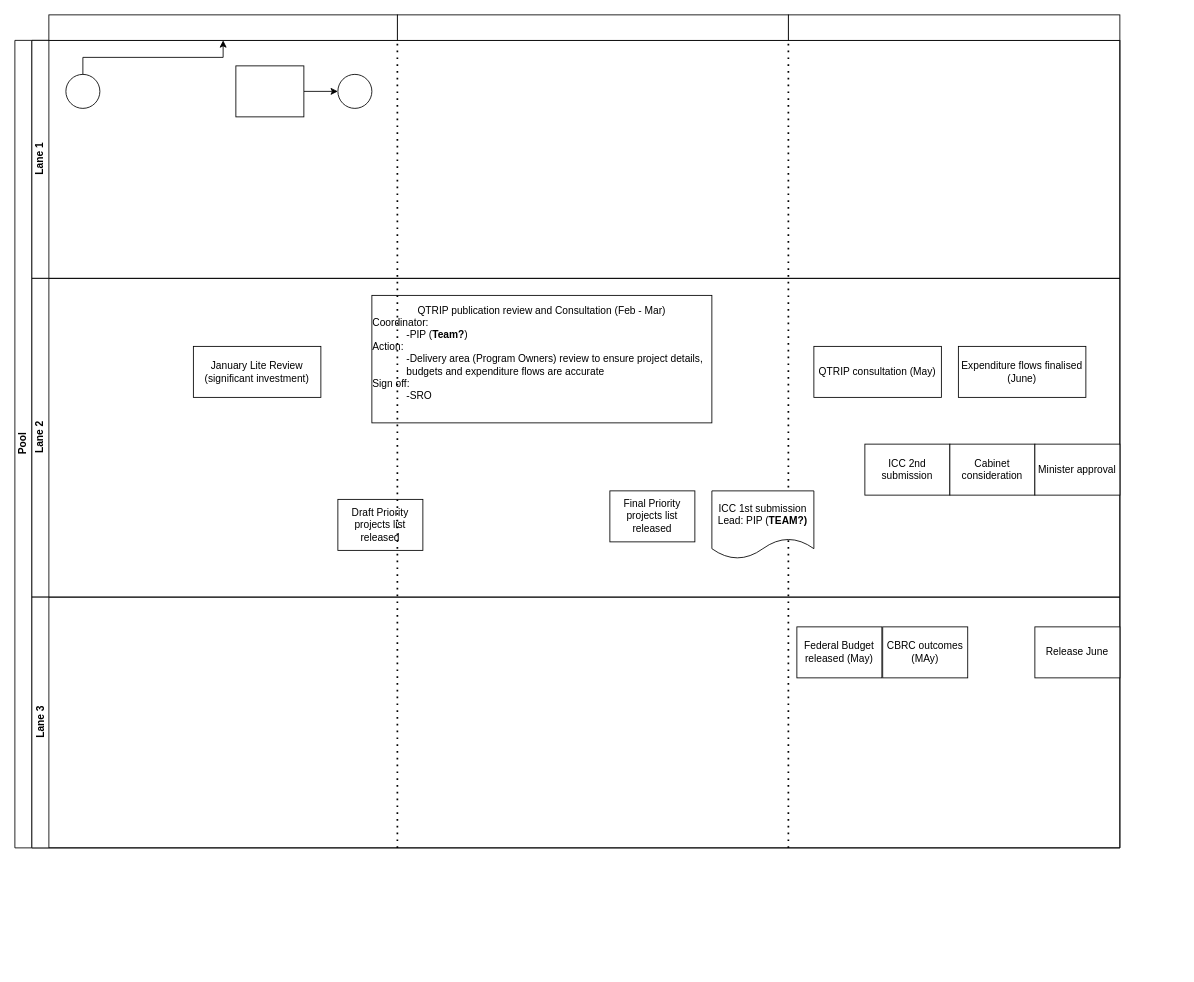
tzforster/great-suppository-name keeps this draw.io diagram as Untitled Diagram.drawio. Above is the earlier version. Source tidied: cells renumbered, new cells numbered last; positions are measured from the earlier drawing's top-left corner, leaving out a move shared by most shapes. Both pictures are drawn from the tidied source at 85%, with x=0, y=0 at pixel (14, 14).
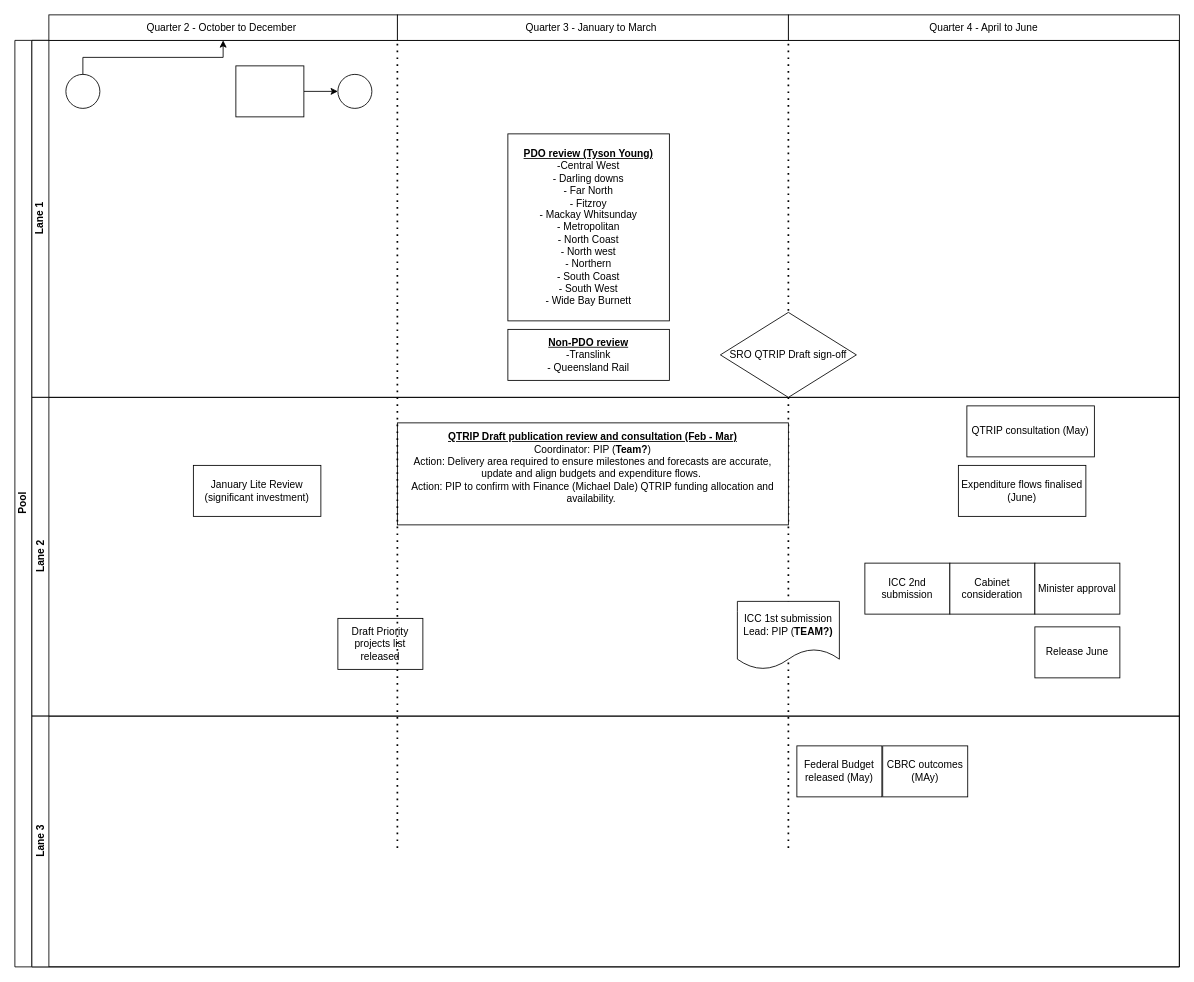
The same diagram, later.

The edit, as a diff of the source:
```diff
@@
     <mxCell id="2" value="Pool" style="swimlane;html=1;horizontal=0;startSize=20;" parent="1" vertex="1">
-      <mxGeometry y="30" width="1300" height="950" as="geometry" />
+      <mxGeometry y="30" width="1370" height="1090" as="geometry" />
     </mxCell>
     <mxCell id="3" value="Lane 1" style="swimlane;html=1;startSize=20;horizontal=0;" parent="2" vertex="1">
-      <mxGeometry x="20" width="1280" height="280" as="geometry" />
+      <mxGeometry x="20" width="1350" height="420" as="geometry" />
     </mxCell>
@@
+    <mxCell id="29" value="SRO QTRIP Draft&amp;nbsp;sign-off" style="rhombus;whiteSpace=wrap;html=1;" parent="3" vertex="1">
+      <mxGeometry x="810" y="320" width="160" height="100" as="geometry" />
+    </mxCell>
+    <mxCell id="30" value="&lt;b&gt;&lt;u&gt;PDO review (Tyson Young)&lt;/u&gt;&lt;/b&gt;&lt;br&gt;-Central West&lt;br&gt;- Darling downs&lt;br&gt;- Far North&lt;br&gt;- Fitzroy&lt;br&gt;- Mackay Whitsunday&lt;br&gt;- Metropolitan&lt;br&gt;- North Coast&lt;br&gt;- North west&lt;br&gt;- Northern&lt;br&gt;- South Coast&lt;br&gt;- South West&lt;br&gt;- Wide Bay Burnett" style="rounded=0;whiteSpace=wrap;html=1;" parent="3" vertex="1">
+      <mxGeometry x="560" y="110" width="190" height="220" as="geometry" />
+    </mxCell>
+    <mxCell id="31" value="&lt;u style=&quot;font-weight: bold;&quot;&gt;Non-PDO review&lt;/u&gt;&lt;br&gt;-Translink&lt;br&gt;- Queensland Rail" style="rounded=0;whiteSpace=wrap;html=1;" parent="3" vertex="1">
+      <mxGeometry x="560" y="340" width="190" height="60" as="geometry" />
+    </mxCell>
     <mxCell id="9" value="Lane 2" style="swimlane;html=1;startSize=20;horizontal=0;" parent="2" vertex="1">
-      <mxGeometry x="20" y="280" width="1280" height="375" as="geometry" />
+      <mxGeometry x="20" y="420" width="1350" height="375" as="geometry" />
     </mxCell>
@@
-    <mxCell id="11" value="QTRIP publication review and Consultation (Feb - Mar)&lt;br&gt;&lt;div style=&quot;text-align: left;&quot;&gt;&lt;div&gt;&lt;span style=&quot;background-color: initial;&quot;&gt;Coordinator:&lt;/span&gt;&lt;/div&gt;&lt;/div&gt;&lt;blockquote style=&quot;margin: 0 0 0 40px; border: none; padding: 0px;&quot;&gt;&lt;div style=&quot;text-align: left;&quot;&gt;&lt;div&gt;&lt;span style=&quot;background-color: initial;&quot;&gt;-PIP (&lt;/span&gt;&lt;b style=&quot;background-color: initial;&quot;&gt;Team?&lt;/b&gt;&lt;span style=&quot;background-color: initial;&quot;&gt;)&lt;/span&gt;&lt;/div&gt;&lt;/div&gt;&lt;/blockquote&gt;&lt;div style=&quot;text-align: left;&quot;&gt;&lt;span style=&quot;background-color: initial;&quot;&gt;Action:&lt;/span&gt;&lt;/div&gt;&lt;blockquote style=&quot;margin: 0 0 0 40px; border: none; padding: 0px;&quot;&gt;&lt;div style=&quot;text-align: left;&quot;&gt;&lt;span style=&quot;background-color: initial;&quot;&gt;-Delivery area (Program Owners) review to ensure project details, budgets and expenditure flows are accurate&amp;nbsp;&lt;/span&gt;&lt;/div&gt;&lt;/blockquote&gt;&lt;div style=&quot;text-align: left;&quot;&gt;&lt;span style=&quot;background-color: initial;&quot;&gt;Sign off:&lt;/span&gt;&lt;/div&gt;&lt;blockquote style=&quot;margin: 0 0 0 40px; border: none; padding: 0px;&quot;&gt;&lt;div style=&quot;text-align: left;&quot;&gt;&lt;span style=&quot;background-color: initial;&quot;&gt;-SRO&lt;/span&gt;&lt;/div&gt;&lt;/blockquote&gt;&lt;div style=&quot;text-align: left;&quot;&gt;&lt;br&gt;&lt;/div&gt;" style="rounded=0;whiteSpace=wrap;html=1;" parent="9" vertex="1">
-      <mxGeometry x="400" y="20" width="400" height="150" as="geometry" />
+    <mxCell id="11" value="&lt;b&gt;&lt;u&gt;QTRIP Draft publication review and consultation (Feb - Mar)&lt;/u&gt;&lt;/b&gt;&lt;br&gt;&lt;div style=&quot;&quot;&gt;&lt;div&gt;&lt;span style=&quot;background-color: initial;&quot;&gt;Coordinator:&amp;nbsp;&lt;/span&gt;&lt;span style=&quot;background-color: initial;&quot;&gt;PIP (&lt;/span&gt;&lt;b style=&quot;background-color: initial;&quot;&gt;Team?&lt;/b&gt;&lt;span style=&quot;background-color: initial;&quot;&gt;)&lt;/span&gt;&lt;/div&gt;&lt;/div&gt;&lt;div style=&quot;&quot;&gt;&lt;span style=&quot;background-color: initial;&quot;&gt;Action:&amp;nbsp;&lt;/span&gt;&lt;span style=&quot;background-color: initial;&quot;&gt;Delivery area required to ensure milestones&amp;nbsp;and forecasts are accurate, update and align budgets and expenditure flows.&amp;nbsp;&lt;/span&gt;&lt;/div&gt;&lt;div style=&quot;&quot;&gt;Action: PIP to confirm with Finance (Michael Dale) QTRIP funding allocation and availability.&amp;nbsp;&lt;/div&gt;&lt;div style=&quot;&quot;&gt;&lt;br&gt;&lt;/div&gt;" style="rounded=0;whiteSpace=wrap;html=1;align=center;" parent="9" vertex="1">
+      <mxGeometry x="430" y="30" width="460" height="120" as="geometry" />
     </mxCell>
@@
-    <mxCell id="13" value="Final Priority projects list released" style="rounded=0;whiteSpace=wrap;html=1;" parent="9" vertex="1">
-      <mxGeometry x="680" y="250" width="100" height="60" as="geometry" />
-    </mxCell>
-    <mxCell id="14" value="QTRIP consultation (May)" style="rounded=0;whiteSpace=wrap;html=1;" parent="9" vertex="1">
-      <mxGeometry x="920" y="80" width="150" height="60" as="geometry" />
-    </mxCell>
@@
     <mxCell id="19" value="ICC 1st submission&lt;br&gt;Lead: PIP (&lt;b&gt;TEAM?)&lt;/b&gt;" style="shape=document;whiteSpace=wrap;html=1;boundedLbl=1;" parent="9" vertex="1">
-      <mxGeometry x="800" y="250" width="120" height="80" as="geometry" />
+      <mxGeometry x="830" y="240" width="120" height="80" as="geometry" />
     </mxCell>
+    <mxCell id="14" value="QTRIP consultation (May)" style="rounded=0;whiteSpace=wrap;html=1;" parent="9" vertex="1">
+      <mxGeometry x="1100" y="10" width="150" height="60" as="geometry" />
+    </mxCell>
     <mxCell id="20" value="Lane 3" style="swimlane;html=1;startSize=20;horizontal=0;" parent="2" vertex="1">
-      <mxGeometry x="20" y="655" width="1280" height="295" as="geometry" />
+      <mxGeometry x="20" y="795" width="1350" height="295" as="geometry" />
     </mxCell>
@@
-    <mxCell id="24" style="rounded=0;whiteSpace=wrap;html=1;fontFamily=Helvetica;fontSize=12;fontColor=#000000;align=center;" parent="1" vertex="1">
+    <mxCell id="24" value="Quarter 2 - October to December&amp;nbsp;" style="rounded=0;whiteSpace=wrap;html=1;fontFamily=Helvetica;fontSize=12;fontColor=#000000;align=center;" parent="1" vertex="1">
       <mxGeometry x="40" width="410" height="30" as="geometry" />
     </mxCell>
@@
-    <mxCell id="26" style="rounded=0;whiteSpace=wrap;html=1;fontFamily=Helvetica;fontSize=12;fontColor=#000000;align=center;" parent="1" vertex="1">
+    <mxCell id="26" value="Quarter 3 - January to March&amp;nbsp;" style="rounded=0;whiteSpace=wrap;html=1;fontFamily=Helvetica;fontSize=12;fontColor=#000000;align=center;" parent="1" vertex="1">
       <mxGeometry x="450" width="460" height="30" as="geometry" />
     </mxCell>
-    <mxCell id="27" style="rounded=0;whiteSpace=wrap;html=1;fontFamily=Helvetica;fontSize=12;fontColor=#000000;align=center;" parent="1" vertex="1">
-      <mxGeometry x="910" width="390" height="30" as="geometry" />
+    <mxCell id="27" value="Quarter 4 - April to June" style="rounded=0;whiteSpace=wrap;html=1;fontFamily=Helvetica;fontSize=12;fontColor=#000000;align=center;" parent="1" vertex="1">
+      <mxGeometry x="910" width="460" height="30" as="geometry" />
     </mxCell>
```
